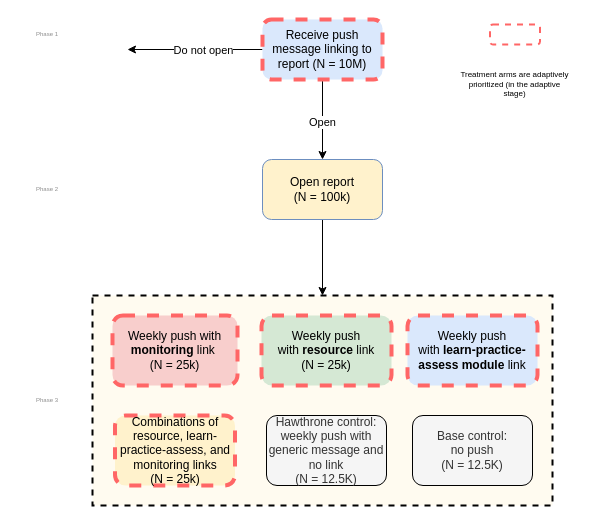
This is parent_nudge_stages.drawio from henrishi/drawio, a draw.io file, before an edit. Source tidied: cells renumbered, new cells numbered last; positions are measured from the earlier drawing's top-left corner, leaving out a move shared by most shapes. Both pictures are drawn from the tidied source at 100%, with x=0, y=0 at pixel (17, 19).
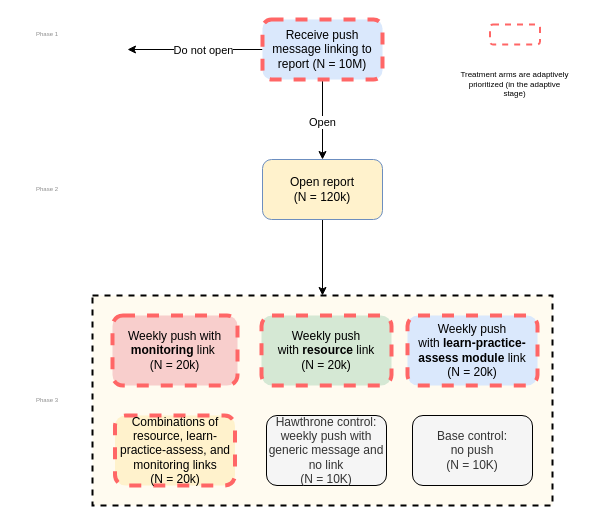
After the change.

The change refers to these unchanged cells:
```xml
<mxCell id="14" style="group;" parent="1" vertex="1">
  <mxGeometry x="75" y="276" width="460" height="210" as="geometry" />
</mxCell>
```

Diff of the diagram source:
```diff
@@
-    <mxCell id="8" value="Open report&lt;br&gt;(N = 100k)" style="rounded=1;whiteSpace=wrap;html=1;strokeColor=#6c8ebf;fillColor=#FFF2CC;" parent="1" vertex="1">
+    <mxCell id="8" value="Open report&lt;br&gt;(N = 120k)" style="rounded=1;whiteSpace=wrap;html=1;strokeColor=#6c8ebf;fillColor=#FFF2CC;" parent="1" vertex="1">
       <mxGeometry x="245" y="140" width="120" height="60" as="geometry" />
     </mxCell>
@@
-    <mxCell id="16" value="Weekly push with &lt;b&gt;monitoring&lt;/b&gt; link&amp;nbsp;&lt;br&gt;(N = 25k)" style="rounded=1;whiteSpace=wrap;html=1;fillColor=#f8cecc;dashed=1;strokeWidth=4;strokeColor=#FF6666;" parent="14" vertex="1">
+    <mxCell id="16" value="Weekly push with &lt;b&gt;monitoring&lt;/b&gt; link&amp;nbsp;&lt;br&gt;(N = 20k)" style="rounded=1;whiteSpace=wrap;html=1;fillColor=#f8cecc;dashed=1;strokeWidth=4;strokeColor=#FF6666;" parent="14" vertex="1">
       <mxGeometry x="20" y="20" width="125" height="70" as="geometry" />
     </mxCell>
-    <mxCell id="17" value="Weekly push&lt;br&gt;with &lt;b&gt;resource&lt;/b&gt; link&lt;br&gt;(N = 25k)" style="rounded=1;whiteSpace=wrap;html=1;fillColor=#d5e8d4;dashed=1;strokeWidth=4;strokeColor=#FF6666;" parent="14" vertex="1">
+    <mxCell id="17" value="Weekly push&lt;br&gt;with &lt;b&gt;resource&lt;/b&gt; link&lt;br&gt;(N = 20k)" style="rounded=1;whiteSpace=wrap;html=1;fillColor=#d5e8d4;dashed=1;strokeWidth=4;strokeColor=#FF6666;" parent="14" vertex="1">
       <mxGeometry x="169" y="20" width="130" height="70" as="geometry" />
     </mxCell>
-    <mxCell id="18" value="Combinations of resource, learn-practice-assess, and monitoring links&lt;br&gt;(N = 25k)" style="rounded=1;whiteSpace=wrap;html=1;fillColor=#fff2cc;strokeColor=#FF6666;dashed=1;strokeWidth=4;" parent="14" vertex="1">
+    <mxCell id="18" value="Combinations of resource, learn-practice-assess, and monitoring links&lt;br&gt;(N = 20k)" style="rounded=1;whiteSpace=wrap;html=1;fillColor=#fff2cc;strokeColor=#FF6666;dashed=1;strokeWidth=4;" parent="14" vertex="1">
       <mxGeometry x="22.5" y="120" width="120" height="70" as="geometry" />
     </mxCell>
-    <mxCell id="19" value="Hawthrone control:&lt;br&gt;weekly push with generic message and no link&lt;br&gt;(N = 12.5K)" style="rounded=1;whiteSpace=wrap;html=1;strokeWidth=1;fillColor=#f5f5f5;fontColor=#333333;" parent="14" vertex="1">
+    <mxCell id="19" value="Hawthrone control:&lt;br&gt;weekly push with generic message and no link&lt;br&gt;(N = 10K)" style="rounded=1;whiteSpace=wrap;html=1;strokeWidth=1;fillColor=#f5f5f5;fontColor=#333333;" parent="14" vertex="1">
       <mxGeometry x="174" y="120" width="120" height="70" as="geometry" />
     </mxCell>
-    <mxCell id="20" value="Base control:&lt;br&gt;no push&lt;br&gt;(N = 12.5K)" style="rounded=1;whiteSpace=wrap;html=1;fillColor=#f5f5f5;strokeWidth=1;fontColor=#333333;" parent="14" vertex="1">
+    <mxCell id="20" value="Base control:&lt;br&gt;no push&lt;br&gt;(N = 10K)" style="rounded=1;whiteSpace=wrap;html=1;fillColor=#f5f5f5;strokeWidth=1;fontColor=#333333;" parent="14" vertex="1">
       <mxGeometry x="320" y="120" width="120" height="70" as="geometry" />
     </mxCell>
-    <mxCell id="21" value="Weekly push&lt;br&gt;with &lt;b&gt;learn-practice-assess&lt;/b&gt; &lt;b&gt;module&lt;/b&gt; link" style="rounded=1;whiteSpace=wrap;html=1;fillColor=#dae8fc;strokeWidth=4;dashed=1;strokeColor=#FF6666;" parent="14" vertex="1">
+    <mxCell id="21" value="Weekly push&lt;br&gt;with &lt;b&gt;learn-practice-assess&lt;/b&gt; &lt;b&gt;module&lt;/b&gt; link&lt;br&gt;(N = 20k)" style="rounded=1;whiteSpace=wrap;html=1;fillColor=#dae8fc;strokeWidth=4;dashed=1;strokeColor=#FF6666;" parent="14" vertex="1">
       <mxGeometry x="315" y="20" width="130" height="70" as="geometry" />
     </mxCell>
```
